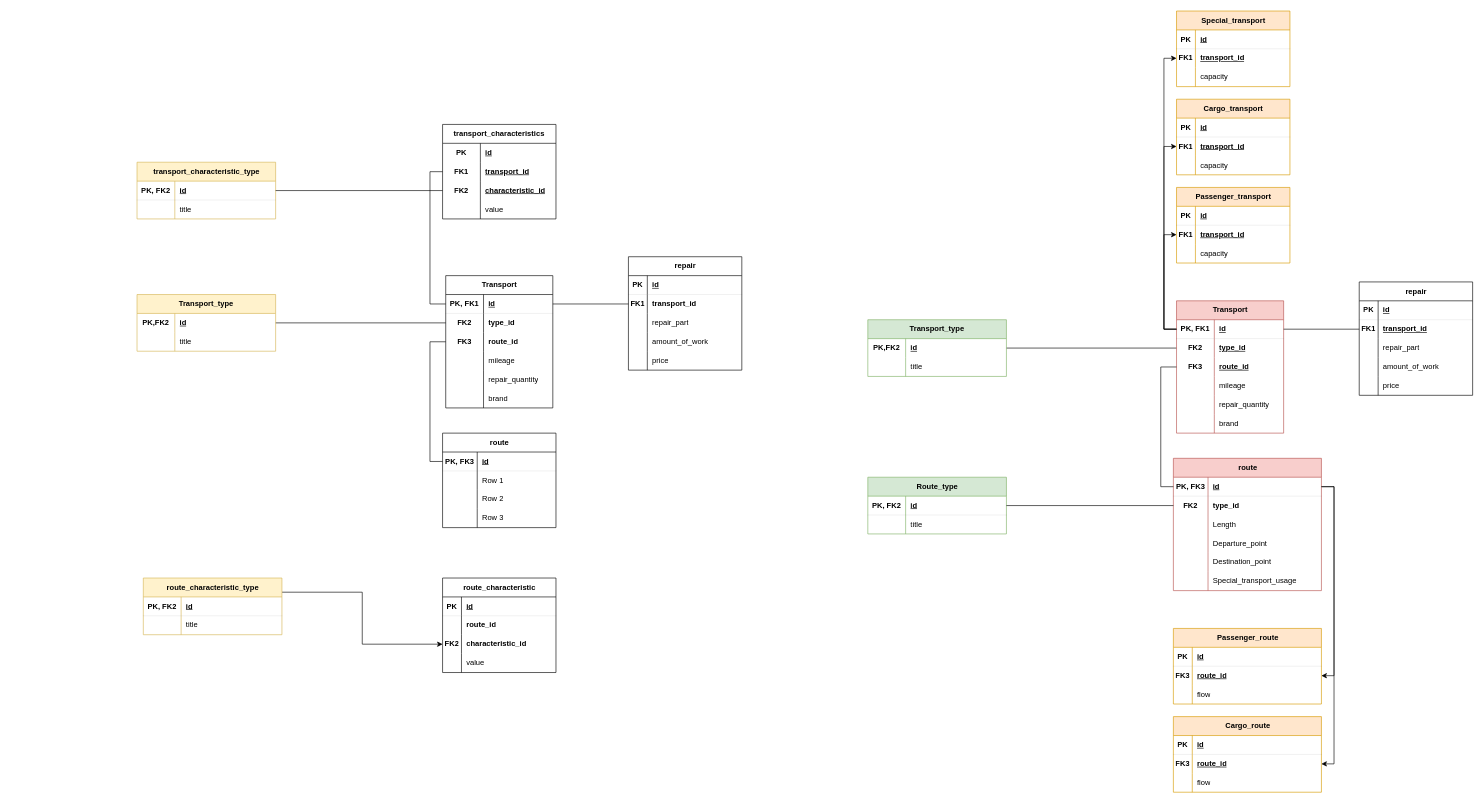
The draw.io diagram Schemas/Диаграмма без названия.drawio in ParrotDox/BD, before the edit. Source tidied: cells renumbered, new cells numbered last; positions are measured from the earlier drawing's top-left corner, leaving out a move shared by most shapes. Both pictures are drawn from the tidied source at 63%, with x=0, y=0 at pixel (137, 11).
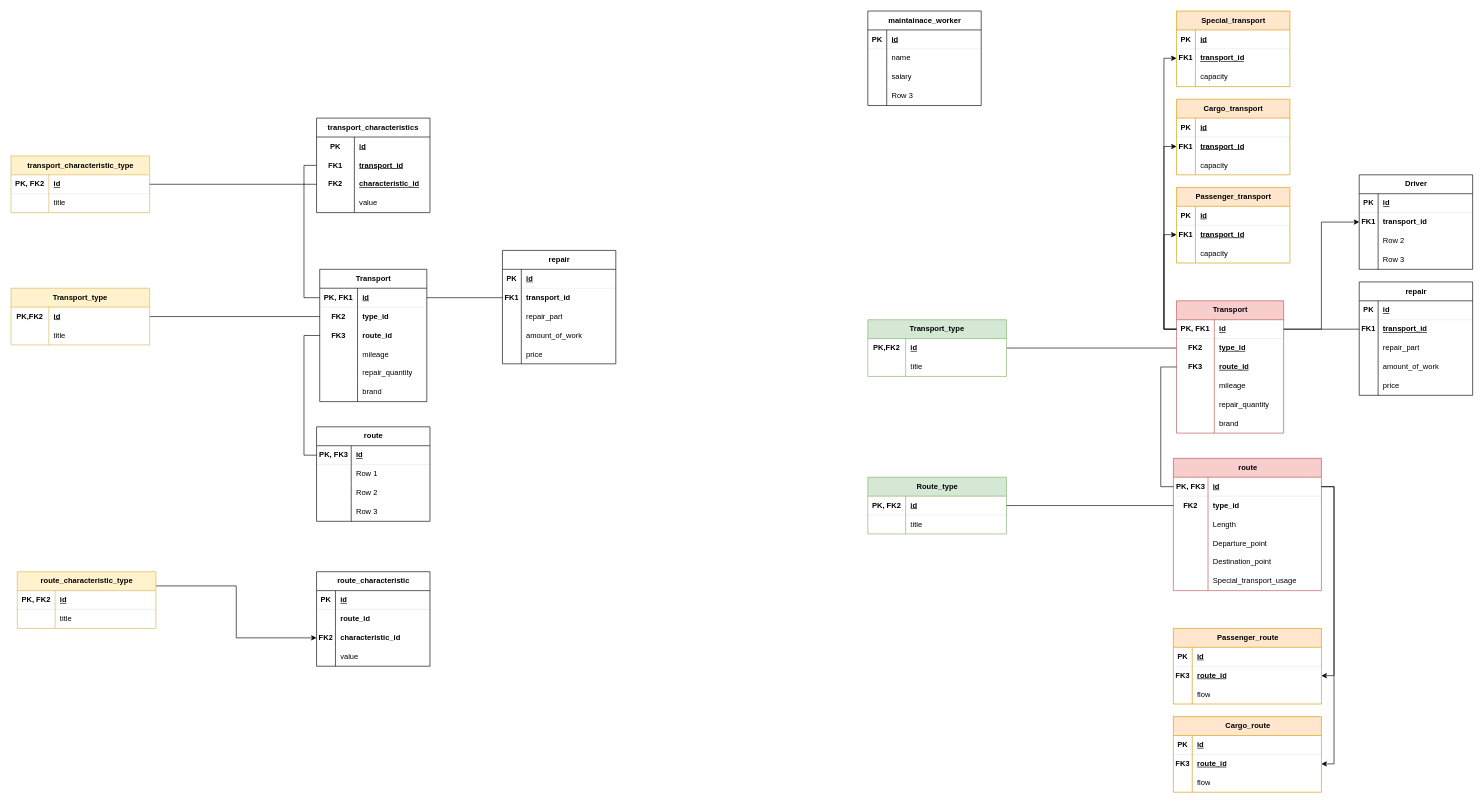
The same page after the edit.

The change refers to these unchanged cells:
```xml
<mxCell id="108" style="shape=tableRow;horizontal=0;startSize=0;swimlaneHead=0;swimlaneBody=0;fillColor=none;points=[[0,0.5],[1,0.5]];portConstraint=eastwest;top=0;left=0;right=0;bottom=1;strokeWidth=0;" parent="107" vertex="1">
  <mxGeometry y="30" width="170" height="30" as="geometry" />
</mxCell>
```

Change to the diagram source:
```diff
@@
     <mxCell id="3" value="Transport" style="shape=table;startSize=30;childLayout=tableLayout;rowLines=0;fontStyle=1;align=center;html=1;" parent="1" vertex="1">
-      <mxGeometry x="490" y="420" width="170" height="210" as="geometry" />
+      <mxGeometry x="290" y="410" width="170" height="210" as="geometry" />
     </mxCell>
@@
     <mxCell id="22" value="Transport_type" style="shape=table;startSize=30;childLayout=tableLayout;rowLines=0;fontStyle=1;align=center;html=1;whiteSpace=wrap;fillColor=#fff2cc;strokeColor=#d6b656;" parent="1" vertex="1">
-      <mxGeometry y="450" width="220" height="90" as="geometry" />
+      <mxGeometry x="-200" y="440" width="220" height="90" as="geometry" />
     </mxCell>
@@
     <mxCell id="29" style="shape=tableRow;horizontal=0;startSize=0;swimlaneHead=0;swimlaneBody=0;fillColor=none;top=0;left=0;right=0;bottom=0;strokeWidth=0;" parent="1" vertex="1">
-      <mxGeometry x="780" y="510" width="180" height="30" as="geometry" />
+      <mxGeometry x="580" y="500" width="180" height="30" as="geometry" />
     </mxCell>
@@
     <mxCell id="31" value="transport_characteristic_type" style="shape=table;startSize=30;childLayout=tableLayout;rowLines=0;fontStyle=1;align=center;html=1;fillColor=#fff2cc;strokeColor=#d6b656;" parent="1" vertex="1">
-      <mxGeometry y="240" width="220" height="90" as="geometry" />
+      <mxGeometry x="-200" y="230" width="220" height="90" as="geometry" />
     </mxCell>
@@
     <mxCell id="38" value="transport_characteristics" style="shape=table;startSize=30;childLayout=tableLayout;rowLines=0;fontStyle=1;align=center;html=1;whiteSpace=wrap;" parent="1" vertex="1">
-      <mxGeometry x="485" y="180" width="180" height="150" as="geometry" />
+      <mxGeometry x="285" y="170" width="180" height="150" as="geometry" />
     </mxCell>
@@
     <mxCell id="53" value="repair_quantity" style="shape=partialRectangle;fillColor=none;top=0;left=0;bottom=0;right=0;align=left;spacingLeft=6;overflow=hidden;whiteSpace=wrap;html=1;strokeWidth=0;" parent="1" vertex="1">
-      <mxGeometry x="550" y="570" width="110" height="30" as="geometry" />
+      <mxGeometry x="350" y="560" width="110" height="30" as="geometry" />
     </mxCell>
     <mxCell id="54" value="repair" style="shape=table;startSize=30;childLayout=tableLayout;rowLines=0;fontStyle=1;align=center;html=1;strokeWidth=1;" parent="1" vertex="1">
-      <mxGeometry x="780" y="390" width="180" height="180" as="geometry" />
+      <mxGeometry x="580" y="380" width="180" height="180" as="geometry" />
     </mxCell>
@@
     <mxCell id="71" value="route" style="shape=table;startSize=30;childLayout=tableLayout;rowLines=0;fontStyle=1;align=center;html=1;" parent="1" vertex="1">
-      <mxGeometry x="485" y="670" width="180" height="150" as="geometry" />
+      <mxGeometry x="285" y="660" width="180" height="150" as="geometry" />
     </mxCell>
@@
     <mxCell id="84" value="route_characteristic" style="shape=table;startSize=30;childLayout=tableLayout;rowLines=0;fontStyle=1;align=center;html=1;" parent="1" vertex="1">
-      <mxGeometry x="485" y="900" width="180" height="150" as="geometry" />
+      <mxGeometry x="285" y="890" width="180" height="150" as="geometry" />
     </mxCell>
@@
     <mxCell id="98" value="route_characteristic_type" style="shape=table;startSize=30;childLayout=tableLayout;rowLines=0;fontStyle=1;align=center;html=1;fillColor=#fff2cc;strokeColor=#d6b656;" parent="1" vertex="1">
-      <mxGeometry x="10" y="900" width="220" height="90" as="geometry" />
+      <mxGeometry x="-190" y="890" width="220" height="90" as="geometry" />
     </mxCell>
@@
+    <mxCell id="236" value="Driver" style="shape=table;startSize=30;childLayout=tableLayout;rowLines=0;fontStyle=1;align=center;html=1;" parent="1" vertex="1">
+      <mxGeometry x="1940" y="260" width="180" height="150" as="geometry" />
+    </mxCell>
+    <mxCell id="237" style="shape=tableRow;horizontal=0;startSize=0;swimlaneHead=0;swimlaneBody=0;fillColor=none;top=0;left=0;right=0;bottom=1;strokeWidth=0;" parent="236" vertex="1">
+      <mxGeometry y="30" width="180" height="30" as="geometry" />
+    </mxCell>
+    <mxCell id="238" value="PK" style="shape=partialRectangle;fillColor=none;top=0;left=0;bottom=0;right=0;fontStyle=1;overflow=hidden;whiteSpace=wrap;html=1;" parent="237" vertex="1">
+      <mxGeometry width="30" height="30" as="geometry" />
+    </mxCell>
+    <mxCell id="239" value="id" style="shape=partialRectangle;fillColor=none;top=0;left=0;bottom=0;right=0;align=left;spacingLeft=6;fontStyle=5;overflow=hidden;whiteSpace=wrap;html=1;" parent="237" vertex="1">
+      <mxGeometry x="30" width="150" height="30" as="geometry" />
+    </mxCell>
+    <mxCell id="240" style="shape=tableRow;horizontal=0;startSize=0;swimlaneHead=0;swimlaneBody=0;fillColor=none;points=[[0,0.5],[1,0.5]];portConstraint=eastwest;top=0;left=0;right=0;bottom=0;" parent="236" vertex="1">
+      <mxGeometry y="60" width="180" height="30" as="geometry" />
+    </mxCell>
+    <mxCell id="241" value="&lt;b&gt;FK1&lt;/b&gt;" style="shape=partialRectangle;fillColor=none;top=0;left=0;bottom=0;right=0;overflow=hidden;whiteSpace=wrap;html=1;" parent="240" vertex="1">
+      <mxGeometry width="30" height="30" as="geometry" />
+    </mxCell>
+    <mxCell id="242" value="&lt;b&gt;transport_id&lt;/b&gt;" style="shape=partialRectangle;fillColor=none;top=0;left=0;bottom=0;right=0;align=left;spacingLeft=6;overflow=hidden;whiteSpace=wrap;html=1;" parent="240" vertex="1">
+      <mxGeometry x="30" width="150" height="30" as="geometry" />
+    </mxCell>
+    <mxCell id="243" style="shape=tableRow;horizontal=0;startSize=0;swimlaneHead=0;swimlaneBody=0;fillColor=none;top=0;left=0;right=0;bottom=0;" parent="236" vertex="1">
+      <mxGeometry y="90" width="180" height="30" as="geometry" />
+    </mxCell>
+    <mxCell id="244" style="shape=partialRectangle;fillColor=none;top=0;left=0;bottom=0;right=0;overflow=hidden;whiteSpace=wrap;html=1;" parent="243" vertex="1">
+      <mxGeometry width="30" height="30" as="geometry" />
+    </mxCell>
+    <mxCell id="245" value="Row 2" style="shape=partialRectangle;fillColor=none;top=0;left=0;bottom=0;right=0;align=left;spacingLeft=6;overflow=hidden;whiteSpace=wrap;html=1;" parent="243" vertex="1">
+      <mxGeometry x="30" width="150" height="30" as="geometry" />
+    </mxCell>
+    <mxCell id="246" style="shape=tableRow;horizontal=0;startSize=0;swimlaneHead=0;swimlaneBody=0;fillColor=none;top=0;left=0;right=0;bottom=0;" parent="236" vertex="1">
+      <mxGeometry y="120" width="180" height="30" as="geometry" />
+    </mxCell>
+    <mxCell id="247" style="shape=partialRectangle;fillColor=none;top=0;left=0;bottom=0;right=0;overflow=hidden;whiteSpace=wrap;html=1;" parent="246" vertex="1">
+      <mxGeometry width="30" height="30" as="geometry" />
+    </mxCell>
+    <mxCell id="248" value="Row 3" style="shape=partialRectangle;fillColor=none;top=0;left=0;bottom=0;right=0;align=left;spacingLeft=6;overflow=hidden;whiteSpace=wrap;html=1;" parent="246" vertex="1">
+      <mxGeometry x="30" width="150" height="30" as="geometry" />
+    </mxCell>
+    <mxCell id="249" style="edgeStyle=orthogonalEdgeStyle;rounded=0;jettySize=auto;html=1;exitX=1;exitY=0.5;exitDx=0;exitDy=0;entryX=0;entryY=0.5;entryDx=0;entryDy=0;" parent="1" edge="1" source="108" target="240">
+      <mxGeometry relative="1" as="geometry" />
+    </mxCell>
+    <mxCell id="250" value="maintainace_worker" style="shape=table;startSize=30;childLayout=tableLayout;rowLines=0;fontStyle=1;align=center;html=1;" parent="1" vertex="1">
+      <mxGeometry x="1160" width="180" height="150" as="geometry" />
+    </mxCell>
+    <mxCell id="251" style="shape=tableRow;horizontal=0;startSize=0;swimlaneHead=0;swimlaneBody=0;fillColor=none;top=0;left=0;right=0;bottom=1;strokeWidth=0;" parent="250" vertex="1">
+      <mxGeometry y="30" width="180" height="30" as="geometry" />
+    </mxCell>
+    <mxCell id="252" value="PK" style="shape=partialRectangle;fillColor=none;top=0;left=0;bottom=0;right=0;fontStyle=1;overflow=hidden;whiteSpace=wrap;html=1;" parent="251" vertex="1">
+      <mxGeometry width="30" height="30" as="geometry" />
+    </mxCell>
+    <mxCell id="253" value="id" style="shape=partialRectangle;fillColor=none;top=0;left=0;bottom=0;right=0;align=left;spacingLeft=6;fontStyle=5;overflow=hidden;whiteSpace=wrap;html=1;" parent="251" vertex="1">
+      <mxGeometry x="30" width="150" height="30" as="geometry" />
+    </mxCell>
+    <mxCell id="254" style="shape=tableRow;horizontal=0;startSize=0;swimlaneHead=0;swimlaneBody=0;fillColor=none;top=0;left=0;right=0;bottom=0;" parent="250" vertex="1">
+      <mxGeometry y="60" width="180" height="30" as="geometry" />
+    </mxCell>
+    <mxCell id="255" style="shape=partialRectangle;fillColor=none;top=0;left=0;bottom=0;right=0;overflow=hidden;whiteSpace=wrap;html=1;" parent="254" vertex="1">
+      <mxGeometry width="30" height="30" as="geometry" />
+    </mxCell>
+    <mxCell id="256" value="name" style="shape=partialRectangle;fillColor=none;top=0;left=0;bottom=0;right=0;align=left;spacingLeft=6;overflow=hidden;whiteSpace=wrap;html=1;" parent="254" vertex="1">
+      <mxGeometry x="30" width="150" height="30" as="geometry" />
+    </mxCell>
+    <mxCell id="257" style="shape=tableRow;horizontal=0;startSize=0;swimlaneHead=0;swimlaneBody=0;fillColor=none;top=0;left=0;right=0;bottom=0;" parent="250" vertex="1">
+      <mxGeometry y="90" width="180" height="30" as="geometry" />
+    </mxCell>
+    <mxCell id="258" style="shape=partialRectangle;fillColor=none;top=0;left=0;bottom=0;right=0;overflow=hidden;whiteSpace=wrap;html=1;" parent="257" vertex="1">
+      <mxGeometry width="30" height="30" as="geometry" />
+    </mxCell>
+    <mxCell id="259" value="salary" style="shape=partialRectangle;fillColor=none;top=0;left=0;bottom=0;right=0;align=left;spacingLeft=6;overflow=hidden;whiteSpace=wrap;html=1;" parent="257" vertex="1">
+      <mxGeometry x="30" width="150" height="30" as="geometry" />
+    </mxCell>
+    <mxCell id="260" style="shape=tableRow;horizontal=0;startSize=0;swimlaneHead=0;swimlaneBody=0;fillColor=none;top=0;left=0;right=0;bottom=0;" parent="250" vertex="1">
+      <mxGeometry y="120" width="180" height="30" as="geometry" />
+    </mxCell>
+    <mxCell id="261" style="shape=partialRectangle;fillColor=none;top=0;left=0;bottom=0;right=0;overflow=hidden;whiteSpace=wrap;html=1;" parent="260" vertex="1">
+      <mxGeometry width="30" height="30" as="geometry" />
+    </mxCell>
+    <mxCell id="262" value="Row 3" style="shape=partialRectangle;fillColor=none;top=0;left=0;bottom=0;right=0;align=left;spacingLeft=6;overflow=hidden;whiteSpace=wrap;html=1;" parent="260" vertex="1">
+      <mxGeometry x="30" width="150" height="30" as="geometry" />
+    </mxCell>
```
